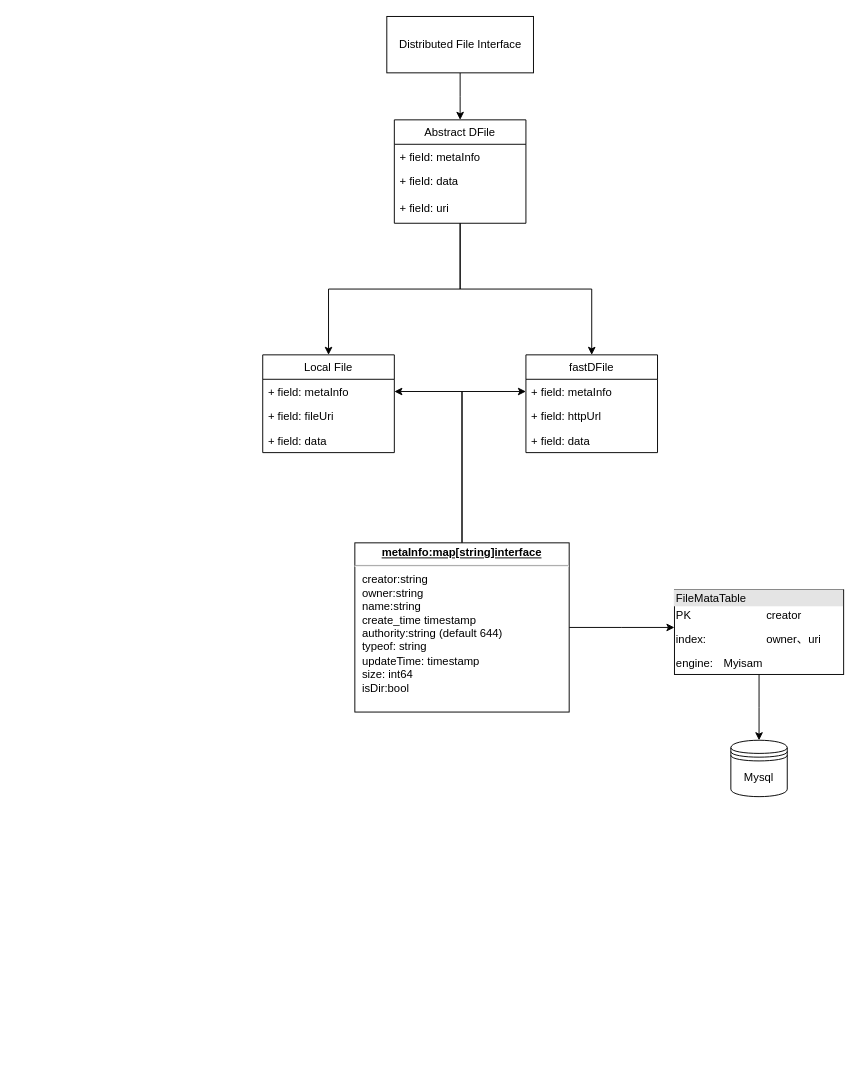
The draw.io diagram ProjectDesign/ClassDesign/fileServerModel/FileClass.drawio in JBossBC/CloudStorageSystem, before the edit. Source tidied: cells renumbered, new cells numbered last; positions are measured from the earlier drawing's top-left corner, leaving out a move shared by most shapes. Both pictures are drawn from the tidied source at 94%, with x=0, y=0 at pixel (262, 16).
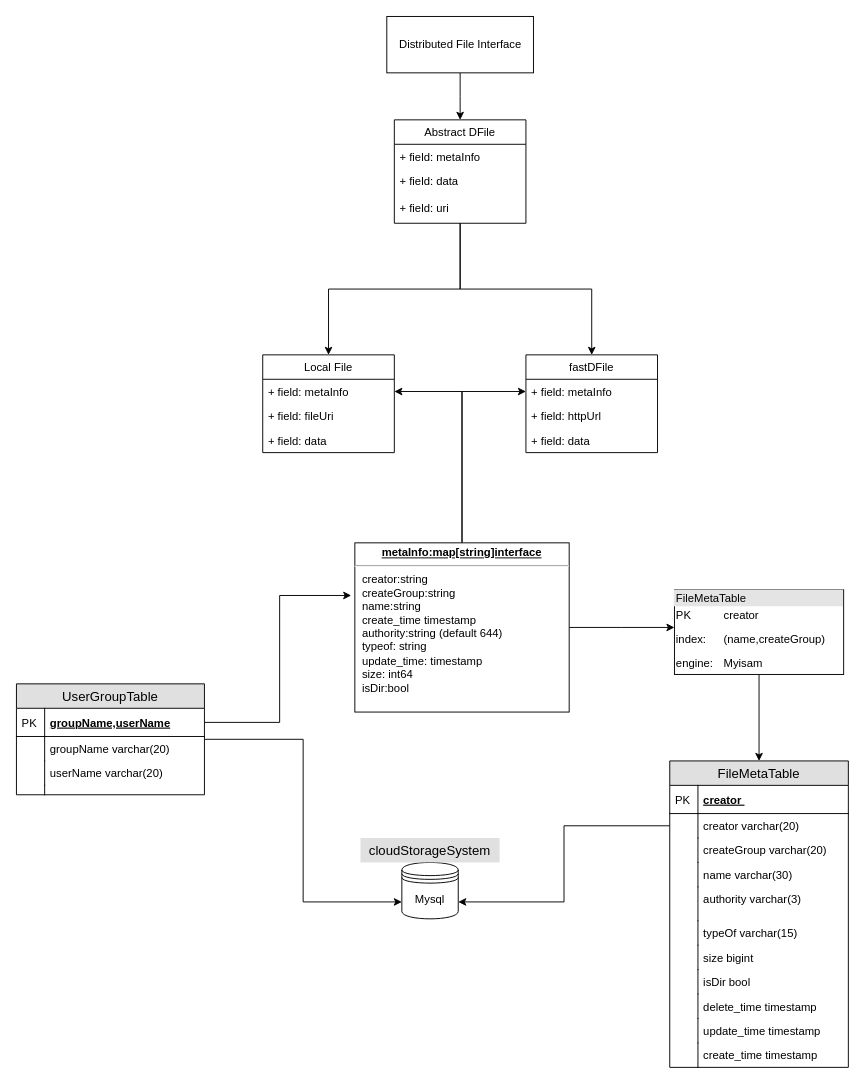
The same diagram, later.

Diff of the diagram source:
```diff
@@
-    <mxCell id="20" value="&lt;p style=&quot;margin: 0px ; margin-top: 4px ; text-align: center ; text-decoration: underline&quot;&gt;&lt;b&gt;metaInfo:map[string]interface&lt;/b&gt;&lt;/p&gt;&lt;hr&gt;&lt;p style=&quot;margin: 0px ; margin-left: 8px&quot;&gt;creator:string&lt;/p&gt;&lt;p style=&quot;margin: 0px ; margin-left: 8px&quot;&gt;owner:string&lt;br&gt;&lt;span&gt;name:string&amp;nbsp;&lt;/span&gt;&lt;/p&gt;&lt;p style=&quot;margin: 0px ; margin-left: 8px&quot;&gt;create_time timestamp&lt;/p&gt;&lt;p style=&quot;margin: 0px ; margin-left: 8px&quot;&gt;authority:string (default 644)&lt;/p&gt;&lt;p style=&quot;margin: 0px ; margin-left: 8px&quot;&gt;typeof: string&lt;/p&gt;&lt;p style=&quot;margin: 0px ; margin-left: 8px&quot;&gt;updateTime: timestamp&lt;/p&gt;&lt;p style=&quot;margin: 0px ; margin-left: 8px&quot;&gt;size: int64&lt;/p&gt;&lt;p style=&quot;margin: 0px ; margin-left: 8px&quot;&gt;isDir:bool&lt;/p&gt;&lt;p style=&quot;margin: 0px ; margin-left: 8px&quot;&gt;&lt;br&gt;&lt;/p&gt;&lt;p style=&quot;margin: 0px ; margin-left: 8px&quot;&gt;&lt;br&gt;&lt;/p&gt;&lt;p style=&quot;margin: 0px ; margin-left: 8px&quot;&gt;&lt;br&gt;&lt;/p&gt;" style="verticalAlign=top;align=left;overflow=fill;fontSize=12;fontFamily=Helvetica;html=1;" parent="1" vertex="1">
+    <mxCell id="20" value="&lt;p style=&quot;margin: 0px ; margin-top: 4px ; text-align: center ; text-decoration: underline&quot;&gt;&lt;b&gt;metaInfo:map[string]interface&lt;/b&gt;&lt;/p&gt;&lt;hr&gt;&lt;p style=&quot;margin: 0px ; margin-left: 8px&quot;&gt;creator:string&lt;/p&gt;&lt;p style=&quot;margin: 0px ; margin-left: 8px&quot;&gt;createGroup:string&lt;br&gt;&lt;span&gt;name:string&amp;nbsp;&lt;/span&gt;&lt;/p&gt;&lt;p style=&quot;margin: 0px ; margin-left: 8px&quot;&gt;create_time timestamp&lt;/p&gt;&lt;p style=&quot;margin: 0px ; margin-left: 8px&quot;&gt;authority:string (default 644)&lt;/p&gt;&lt;p style=&quot;margin: 0px ; margin-left: 8px&quot;&gt;typeof: string&lt;/p&gt;&lt;p style=&quot;margin: 0px ; margin-left: 8px&quot;&gt;update_time: timestamp&lt;/p&gt;&lt;p style=&quot;margin: 0px ; margin-left: 8px&quot;&gt;size: int64&lt;/p&gt;&lt;p style=&quot;margin: 0px ; margin-left: 8px&quot;&gt;isDir:bool&lt;/p&gt;&lt;p style=&quot;margin: 0px ; margin-left: 8px&quot;&gt;&lt;br&gt;&lt;/p&gt;&lt;p style=&quot;margin: 0px ; margin-left: 8px&quot;&gt;&lt;br&gt;&lt;/p&gt;&lt;p style=&quot;margin: 0px ; margin-left: 8px&quot;&gt;&lt;br&gt;&lt;/p&gt;" style="verticalAlign=top;align=left;overflow=fill;fontSize=12;fontFamily=Helvetica;html=1;" parent="1" vertex="1">
       <mxGeometry x="98" y="560" width="228" height="180" as="geometry" />
     </mxCell>
@@
-    <mxCell id="22" style="edgeStyle=orthogonalEdgeStyle;rounded=0;jettySize=auto;html=1;" parent="1" edge="1" source="23">
-      <mxGeometry relative="1" as="geometry">
-        <mxPoint x="528" y="770" as="targetPoint" />
-      </mxGeometry>
-    </mxCell>
+    <mxCell id="25" style="edgeStyle=orthogonalEdgeStyle;rounded=0;jettySize=auto;html=1;entryX=0.5;entryY=0;entryDx=0;entryDy=0;" parent="1" edge="1" source="23" target="39">
+      <mxGeometry relative="1" as="geometry" />
+    </mxCell>
-    <mxCell id="23" value="&lt;div style=&quot;box-sizing: border-box ; width: 100% ; background: #e4e4e4 ; padding: 2px&quot;&gt;FileMataTable&lt;/div&gt;&lt;table style=&quot;width: 100% ; font-size: 1em&quot; cellpadding=&quot;2&quot; cellspacing=&quot;0&quot;&gt;&lt;tbody&gt;&lt;tr&gt;&lt;td&gt;PK&lt;/td&gt;&lt;td&gt;&lt;br&gt;&lt;/td&gt;&lt;td&gt;&lt;br&gt;&lt;/td&gt;&lt;td&gt;creator&lt;/td&gt;&lt;td&gt;&lt;br&gt;&lt;/td&gt;&lt;td&gt;&lt;br&gt;&lt;/td&gt;&lt;td&gt;&lt;br&gt;&lt;/td&gt;&lt;td&gt;&lt;br&gt;&lt;/td&gt;&lt;td&gt;&lt;br&gt;&lt;/td&gt;&lt;td&gt;&lt;br&gt;&lt;/td&gt;&lt;td&gt;&lt;br&gt;&lt;/td&gt;&lt;td&gt;&lt;br&gt;&lt;/td&gt;&lt;td&gt;&lt;br&gt;&lt;/td&gt;&lt;td&gt;&lt;br&gt;&lt;/td&gt;&lt;td&gt;&lt;br&gt;&lt;/td&gt;&lt;/tr&gt;&lt;tr&gt;&lt;td&gt;index:&amp;nbsp;&amp;nbsp;&lt;/td&gt;&lt;td&gt;&lt;br&gt;&lt;/td&gt;&lt;td&gt;&lt;br&gt;&lt;/td&gt;&lt;td&gt;owner、uri&lt;/td&gt;&lt;td&gt;&lt;br&gt;&lt;br&gt;&lt;/td&gt;&lt;td&gt;&lt;br&gt;&lt;/td&gt;&lt;td&gt;&lt;br&gt;&lt;/td&gt;&lt;td&gt;&lt;br&gt;&lt;/td&gt;&lt;td&gt;&lt;br&gt;&lt;/td&gt;&lt;td&gt;&lt;br&gt;&lt;/td&gt;&lt;td&gt;&lt;br&gt;&lt;/td&gt;&lt;td&gt;&lt;br&gt;&lt;/td&gt;&lt;td&gt;&lt;br&gt;&lt;/td&gt;&lt;td&gt;&lt;br&gt;&lt;/td&gt;&lt;td&gt;&lt;br&gt;&lt;/td&gt;&lt;/tr&gt;&lt;tr&gt;&lt;td&gt;engine:&amp;nbsp;&lt;/td&gt;&lt;td&gt;&lt;br&gt;&lt;/td&gt;&lt;td&gt;Myisam&lt;/td&gt;&lt;td&gt;&lt;br&gt;&lt;/td&gt;&lt;td&gt;&lt;br&gt;&lt;/td&gt;&lt;td&gt;&lt;br&gt;&lt;/td&gt;&lt;td&gt;&lt;br&gt;&lt;/td&gt;&lt;td&gt;&lt;br&gt;&lt;/td&gt;&lt;td&gt;&lt;br&gt;&lt;/td&gt;&lt;td&gt;&lt;br&gt;&lt;/td&gt;&lt;td&gt;&lt;br&gt;&lt;/td&gt;&lt;td&gt;&lt;br&gt;&lt;/td&gt;&lt;td&gt;&lt;br&gt;&lt;/td&gt;&lt;td&gt;&lt;br&gt;&lt;/td&gt;&lt;td&gt;&lt;br&gt;&lt;/td&gt;&lt;/tr&gt;&lt;/tbody&gt;&lt;/table&gt;" style="verticalAlign=top;align=left;overflow=fill;html=1;" parent="1" vertex="1">
+    <mxCell id="23" value="&lt;div style=&quot;box-sizing: border-box ; width: 100% ; background: #e4e4e4 ; padding: 2px&quot;&gt;FileMetaTable&lt;/div&gt;&lt;table style=&quot;width: 100% ; font-size: 1em&quot; cellpadding=&quot;2&quot; cellspacing=&quot;0&quot;&gt;&lt;tbody&gt;&lt;tr&gt;&lt;td&gt;PK&lt;/td&gt;&lt;td&gt;&lt;br&gt;&lt;/td&gt;&lt;td&gt;creator&lt;/td&gt;&lt;td&gt;&lt;br&gt;&lt;/td&gt;&lt;td&gt;&lt;br&gt;&lt;/td&gt;&lt;td&gt;&lt;br&gt;&lt;/td&gt;&lt;td&gt;&lt;br&gt;&lt;/td&gt;&lt;td&gt;&lt;br&gt;&lt;/td&gt;&lt;td&gt;&lt;br&gt;&lt;/td&gt;&lt;td&gt;&lt;br&gt;&lt;/td&gt;&lt;td&gt;&lt;br&gt;&lt;/td&gt;&lt;td&gt;&lt;br&gt;&lt;/td&gt;&lt;td&gt;&lt;br&gt;&lt;/td&gt;&lt;td&gt;&lt;br&gt;&lt;/td&gt;&lt;td&gt;&lt;br&gt;&lt;/td&gt;&lt;/tr&gt;&lt;tr&gt;&lt;td&gt;index:&amp;nbsp;&amp;nbsp;&lt;/td&gt;&lt;td&gt;&lt;br&gt;&lt;/td&gt;&lt;td&gt;(name,createGroup)&lt;/td&gt;&lt;td&gt;&lt;br&gt;&lt;/td&gt;&lt;td&gt;&lt;br&gt;&lt;br&gt;&lt;/td&gt;&lt;td&gt;&lt;br&gt;&lt;/td&gt;&lt;td&gt;&lt;br&gt;&lt;/td&gt;&lt;td&gt;&lt;br&gt;&lt;/td&gt;&lt;td&gt;&lt;br&gt;&lt;/td&gt;&lt;td&gt;&lt;br&gt;&lt;/td&gt;&lt;td&gt;&lt;br&gt;&lt;/td&gt;&lt;td&gt;&lt;br&gt;&lt;/td&gt;&lt;td&gt;&lt;br&gt;&lt;/td&gt;&lt;td&gt;&lt;br&gt;&lt;/td&gt;&lt;td&gt;&lt;br&gt;&lt;/td&gt;&lt;/tr&gt;&lt;tr&gt;&lt;td&gt;engine:&amp;nbsp;&lt;/td&gt;&lt;td&gt;&lt;br&gt;&lt;/td&gt;&lt;td&gt;Myisam&lt;/td&gt;&lt;td&gt;&lt;br&gt;&lt;/td&gt;&lt;td&gt;&lt;br&gt;&lt;/td&gt;&lt;td&gt;&lt;br&gt;&lt;/td&gt;&lt;td&gt;&lt;br&gt;&lt;/td&gt;&lt;td&gt;&lt;br&gt;&lt;/td&gt;&lt;td&gt;&lt;br&gt;&lt;/td&gt;&lt;td&gt;&lt;br&gt;&lt;/td&gt;&lt;td&gt;&lt;br&gt;&lt;/td&gt;&lt;td&gt;&lt;br&gt;&lt;/td&gt;&lt;td&gt;&lt;br&gt;&lt;/td&gt;&lt;td&gt;&lt;br&gt;&lt;/td&gt;&lt;td&gt;&lt;br&gt;&lt;/td&gt;&lt;/tr&gt;&lt;/tbody&gt;&lt;/table&gt;" style="verticalAlign=top;align=left;overflow=fill;html=1;" parent="1" vertex="1">
       <mxGeometry x="438" y="610" width="180" height="90" as="geometry" />
     </mxCell>
     <mxCell id="24" value="Mysql" style="shape=datastore;whiteSpace=wrap;html=1;" parent="1" vertex="1">
-      <mxGeometry x="498" y="770" width="60" height="60" as="geometry" />
+      <mxGeometry x="148" y="900" width="60" height="60" as="geometry" />
     </mxCell>
+    <mxCell id="26" style="edgeStyle=orthogonalEdgeStyle;rounded=0;jettySize=auto;html=1;entryX=-0.017;entryY=0.311;entryDx=0;entryDy=0;entryPerimeter=0;" parent="1" edge="1" source="29" target="20">
+      <mxGeometry relative="1" as="geometry" />
+    </mxCell>
+    <mxCell id="27" style="edgeStyle=orthogonalEdgeStyle;rounded=0;jettySize=auto;html=1;entryX=0;entryY=0.7;entryDx=0;entryDy=0;" parent="1" edge="1" source="28" target="24">
+      <mxGeometry relative="1" as="geometry" />
+    </mxCell>
+    <mxCell id="28" value="UserGroupTable" style="swimlane;fontStyle=0;horizontal=1;startSize=26;fillColor=#e0e0e0;swimlaneFillColor=#ffffff;align=center;fontSize=14;" parent="1" vertex="1">
+      <mxGeometry x="-262" y="710" width="200" height="118" as="geometry" />
+    </mxCell>
+    <mxCell id="29" value="groupName,userName" style="shape=partialRectangle;top=0;left=0;right=0;bottom=1;align=left;verticalAlign=middle;fillColor=none;spacingLeft=34;spacingRight=4;overflow=hidden;points=[[0,0.5],[1,0.5]];portConstraint=eastwest;fontStyle=5;fontSize=12;" parent="28" vertex="1">
+      <mxGeometry y="26" width="200" height="30" as="geometry" />
+    </mxCell>
+    <mxCell id="30" value="PK" style="shape=partialRectangle;top=0;left=0;bottom=0;fillColor=none;align=left;verticalAlign=middle;spacingLeft=4;spacingRight=4;overflow=hidden;fontSize=12;" parent="29" vertex="1">
+      <mxGeometry width="30" height="30" as="geometry" />
+    </mxCell>
+    <mxCell id="31" value="groupName varchar(20)" style="shape=partialRectangle;top=0;left=0;right=0;bottom=0;align=left;verticalAlign=top;fillColor=none;spacingLeft=34;spacingRight=4;overflow=hidden;fontSize=12;" parent="28" vertex="1">
+      <mxGeometry y="56" width="200" height="26" as="geometry" />
+    </mxCell>
+    <mxCell id="32" style="shape=partialRectangle;top=0;left=0;bottom=0;fillColor=none;align=left;verticalAlign=top;spacingLeft=4;spacingRight=4;overflow=hidden;fontSize=12;" parent="31" vertex="1">
+      <mxGeometry width="30" height="26" as="geometry" />
+    </mxCell>
+    <mxCell id="33" value="userName varchar(20)" style="shape=partialRectangle;top=0;left=0;right=0;bottom=0;align=left;verticalAlign=top;fillColor=none;spacingLeft=34;spacingRight=4;overflow=hidden;fontSize=12;" parent="28" vertex="1">
+      <mxGeometry y="82" width="200" height="26" as="geometry" />
+    </mxCell>
+    <mxCell id="34" style="shape=partialRectangle;top=0;left=0;bottom=0;fillColor=none;align=left;verticalAlign=top;spacingLeft=4;spacingRight=4;overflow=hidden;fontSize=12;" parent="33" vertex="1">
+      <mxGeometry width="30" height="26" as="geometry" />
+    </mxCell>
+    <mxCell id="35" style="shape=partialRectangle;top=0;left=0;right=0;bottom=0;align=left;verticalAlign=top;fillColor=none;spacingLeft=34;spacingRight=4;overflow=hidden;fontSize=12;" parent="28" vertex="1">
+      <mxGeometry y="108" width="200" height="10" as="geometry" />
+    </mxCell>
+    <mxCell id="36" style="shape=partialRectangle;top=0;left=0;bottom=0;fillColor=none;align=left;verticalAlign=top;spacingLeft=4;spacingRight=4;overflow=hidden;fontSize=12;" parent="35" vertex="1">
+      <mxGeometry width="30" height="10" as="geometry" />
+    </mxCell>
+    <mxCell id="37" style="edgeStyle=orthogonalEdgeStyle;rounded=0;jettySize=auto;html=1;entryX=1;entryY=0.7;entryDx=0;entryDy=0;" parent="1" edge="1" source="42" target="24">
+      <mxGeometry relative="1" as="geometry" />
+    </mxCell>
+    <mxCell id="38" value="cloudStorageSystem" style="text;align=center;verticalAlign=middle;spacingLeft=4;spacingRight=4;fillColor=#e0e0e0;fontSize=14;" parent="1" vertex="1">
+      <mxGeometry x="104" y="874" width="148" height="26" as="geometry" />
+    </mxCell>
+    <mxCell id="39" value="FileMetaTable" style="swimlane;fontStyle=0;horizontal=1;startSize=26;fillColor=#e0e0e0;swimlaneFillColor=#ffffff;align=center;fontSize=14;" parent="1" vertex="1">
+      <mxGeometry x="433" y="792" width="190" height="326" as="geometry" />
+    </mxCell>
+    <mxCell id="40" value="creator " style="shape=partialRectangle;top=0;left=0;right=0;bottom=1;align=left;verticalAlign=middle;fillColor=none;spacingLeft=34;spacingRight=4;overflow=hidden;fontStyle=5;fontSize=12;" parent="39" vertex="1">
+      <mxGeometry y="26" width="190" height="30" as="geometry" />
+    </mxCell>
+    <mxCell id="41" value="PK" style="shape=partialRectangle;top=0;left=0;bottom=0;fillColor=none;align=left;verticalAlign=middle;spacingLeft=4;spacingRight=4;overflow=hidden;fontSize=12;" parent="40" vertex="1">
+      <mxGeometry width="30" height="30" as="geometry" />
+    </mxCell>
+    <mxCell id="42" value="creator varchar(20)" style="shape=partialRectangle;top=0;left=0;right=0;bottom=0;align=left;verticalAlign=top;fillColor=none;spacingLeft=34;spacingRight=4;overflow=hidden;points=[[0,0.5],[1,0.5]];portConstraint=eastwest;fontSize=12;" parent="39" vertex="1">
+      <mxGeometry y="56" width="190" height="26" as="geometry" />
+    </mxCell>
+    <mxCell id="43" style="shape=partialRectangle;top=0;left=0;bottom=0;fillColor=none;align=left;verticalAlign=top;spacingLeft=4;spacingRight=4;overflow=hidden;fontSize=12;" parent="42" vertex="1">
+      <mxGeometry width="30" height="26" as="geometry" />
+    </mxCell>
+    <mxCell id="44" value="createGroup varchar(20)" style="shape=partialRectangle;top=0;left=0;right=0;bottom=0;align=left;verticalAlign=top;fillColor=none;spacingLeft=34;spacingRight=4;overflow=hidden;fontSize=12;" parent="39" vertex="1">
+      <mxGeometry y="82" width="190" height="26" as="geometry" />
+    </mxCell>
+    <mxCell id="45" style="shape=partialRectangle;top=0;left=0;bottom=0;fillColor=none;align=left;verticalAlign=top;spacingLeft=4;spacingRight=4;overflow=hidden;fontSize=12;" parent="44" vertex="1">
+      <mxGeometry width="30" height="26" as="geometry" />
+    </mxCell>
+    <mxCell id="46" value="name varchar(30)" style="shape=partialRectangle;top=0;left=0;right=0;bottom=0;align=left;verticalAlign=top;fillColor=none;spacingLeft=34;spacingRight=4;overflow=hidden;fontSize=12;" parent="39" vertex="1">
+      <mxGeometry y="108" width="190" height="26" as="geometry" />
+    </mxCell>
+    <mxCell id="47" style="shape=partialRectangle;top=0;left=0;bottom=0;fillColor=none;align=left;verticalAlign=top;spacingLeft=4;spacingRight=4;overflow=hidden;fontSize=12;" parent="46" vertex="1">
+      <mxGeometry width="30" height="26" as="geometry" />
+    </mxCell>
+    <mxCell id="48" value="authority varchar(3)" style="shape=partialRectangle;top=0;left=0;right=0;bottom=0;align=left;verticalAlign=top;fillColor=none;spacingLeft=34;spacingRight=4;overflow=hidden;fontSize=12;fontStyle=0;" parent="39" vertex="1">
+      <mxGeometry y="134" width="190" height="36" as="geometry" />
+    </mxCell>
+    <mxCell id="49" style="shape=partialRectangle;top=0;left=0;bottom=0;fillColor=none;align=left;verticalAlign=top;spacingLeft=4;spacingRight=4;overflow=hidden;fontSize=12;" parent="48" vertex="1">
+      <mxGeometry width="30" height="36" as="geometry" />
+    </mxCell>
+    <mxCell id="50" value="typeOf varchar(15)" style="shape=partialRectangle;top=0;left=0;right=0;bottom=0;align=left;verticalAlign=top;fillColor=none;spacingLeft=34;spacingRight=4;overflow=hidden;fontSize=12;" parent="39" vertex="1">
+      <mxGeometry y="170" width="190" height="26" as="geometry" />
+    </mxCell>
+    <mxCell id="51" style="shape=partialRectangle;top=0;left=0;bottom=0;fillColor=none;align=left;verticalAlign=top;spacingLeft=4;spacingRight=4;overflow=hidden;fontSize=12;" parent="50" vertex="1">
+      <mxGeometry width="30" height="26" as="geometry" />
+    </mxCell>
+    <mxCell id="52" value="size bigint" style="shape=partialRectangle;top=0;left=0;right=0;bottom=0;align=left;verticalAlign=top;fillColor=none;spacingLeft=34;spacingRight=4;overflow=hidden;fontSize=12;" parent="39" vertex="1">
+      <mxGeometry y="196" width="190" height="26" as="geometry" />
+    </mxCell>
+    <mxCell id="53" style="shape=partialRectangle;top=0;left=0;bottom=0;fillColor=none;align=left;verticalAlign=top;spacingLeft=4;spacingRight=4;overflow=hidden;fontSize=12;" parent="52" vertex="1">
+      <mxGeometry width="30" height="26" as="geometry" />
+    </mxCell>
+    <mxCell id="54" value="isDir bool" style="shape=partialRectangle;top=0;left=0;right=0;bottom=0;align=left;verticalAlign=top;fillColor=none;spacingLeft=34;spacingRight=4;overflow=hidden;fontSize=12;" parent="39" vertex="1">
+      <mxGeometry y="222" width="190" height="26" as="geometry" />
+    </mxCell>
+    <mxCell id="55" style="shape=partialRectangle;top=0;left=0;bottom=0;fillColor=none;align=left;verticalAlign=top;spacingLeft=4;spacingRight=4;overflow=hidden;fontSize=12;" parent="54" vertex="1">
+      <mxGeometry width="30" height="26" as="geometry" />
+    </mxCell>
+    <mxCell id="56" value="delete_time timestamp" style="shape=partialRectangle;top=0;left=0;right=0;bottom=0;align=left;verticalAlign=top;fillColor=none;spacingLeft=34;spacingRight=4;overflow=hidden;fontSize=12;" parent="39" vertex="1">
+      <mxGeometry y="248" width="190" height="26" as="geometry" />
+    </mxCell>
+    <mxCell id="57" style="shape=partialRectangle;top=0;left=0;bottom=0;fillColor=none;align=left;verticalAlign=top;spacingLeft=4;spacingRight=4;overflow=hidden;fontSize=12;" parent="56" vertex="1">
+      <mxGeometry width="30" height="26" as="geometry" />
+    </mxCell>
+    <mxCell id="58" value="update_time timestamp" style="shape=partialRectangle;top=0;left=0;right=0;bottom=0;align=left;verticalAlign=top;fillColor=none;spacingLeft=34;spacingRight=4;overflow=hidden;fontSize=12;" parent="39" vertex="1">
+      <mxGeometry y="274" width="190" height="26" as="geometry" />
+    </mxCell>
+    <mxCell id="59" style="shape=partialRectangle;top=0;left=0;bottom=0;fillColor=none;align=left;verticalAlign=top;spacingLeft=4;spacingRight=4;overflow=hidden;fontSize=12;" parent="58" vertex="1">
+      <mxGeometry width="30" height="26" as="geometry" />
+    </mxCell>
+    <mxCell id="60" value="create_time timestamp" style="shape=partialRectangle;top=0;left=0;right=0;bottom=0;align=left;verticalAlign=top;fillColor=none;spacingLeft=34;spacingRight=4;overflow=hidden;fontSize=12;" parent="39" vertex="1">
+      <mxGeometry y="300" width="190" height="26" as="geometry" />
+    </mxCell>
+    <mxCell id="61" style="shape=partialRectangle;top=0;left=0;bottom=0;fillColor=none;align=left;verticalAlign=top;spacingLeft=4;spacingRight=4;overflow=hidden;fontSize=12;" parent="60" vertex="1">
+      <mxGeometry width="30" height="26" as="geometry" />
+    </mxCell>
```
